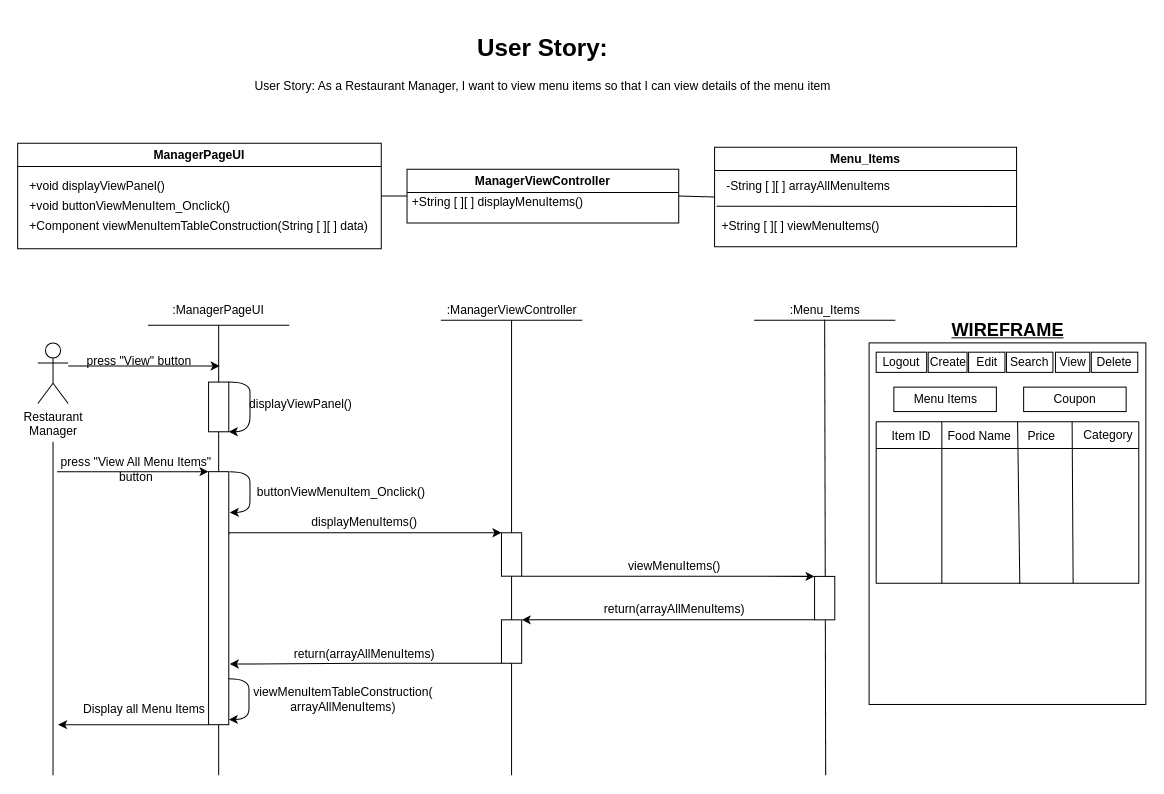
The draw.io diagram BCE_UML_and_Diagrams/RestaurantManager/RestaurantManager_ViewItems(#18)/UserStory#18_ViewItems.drawio in extred5700/JAVAGUI-Restaurant-Table-Order-System, before the edit. Source tidied: cells renumbered, new cells numbered last; positions are measured from the earlier drawing's top-left corner, leaving out a move shared by most shapes. Both pictures are drawn from the tidied source at 101%, with x=0, y=0 at pixel (17, 27).
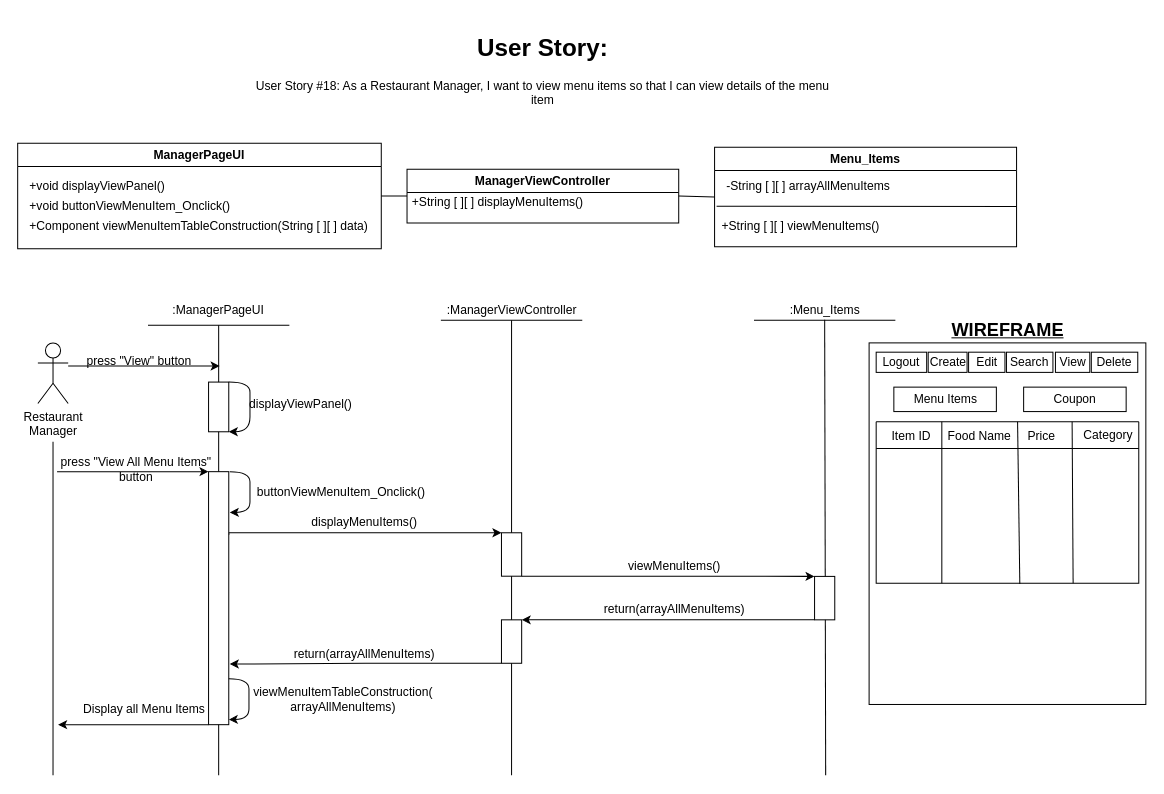
The same page after the edit.

The edit, as a diff of the source:
```diff
@@
-    <mxCell id="68" value="&lt;h1&gt;User Story:&lt;br&gt;&lt;/h1&gt;User Story: As a Restaurant Manager, I want to view menu items so that I can view details of the menu item" style="text;html=1;strokeColor=none;fillColor=none;spacing=5;spacingTop=-20;whiteSpace=wrap;overflow=hidden;rounded=0;align=center;" parent="1" vertex="1">
+    <mxCell id="68" value="&lt;h1&gt;User Story:&lt;br&gt;&lt;/h1&gt;User Story #18: As a Restaurant Manager, I want to view menu items so that I can view details of the menu item" style="text;html=1;strokeColor=none;fillColor=none;spacing=5;spacingTop=-20;whiteSpace=wrap;overflow=hidden;rounded=0;align=center;" parent="1" vertex="1">
       <mxGeometry x="230" width="580" height="100" as="geometry" />
     </mxCell>
```
